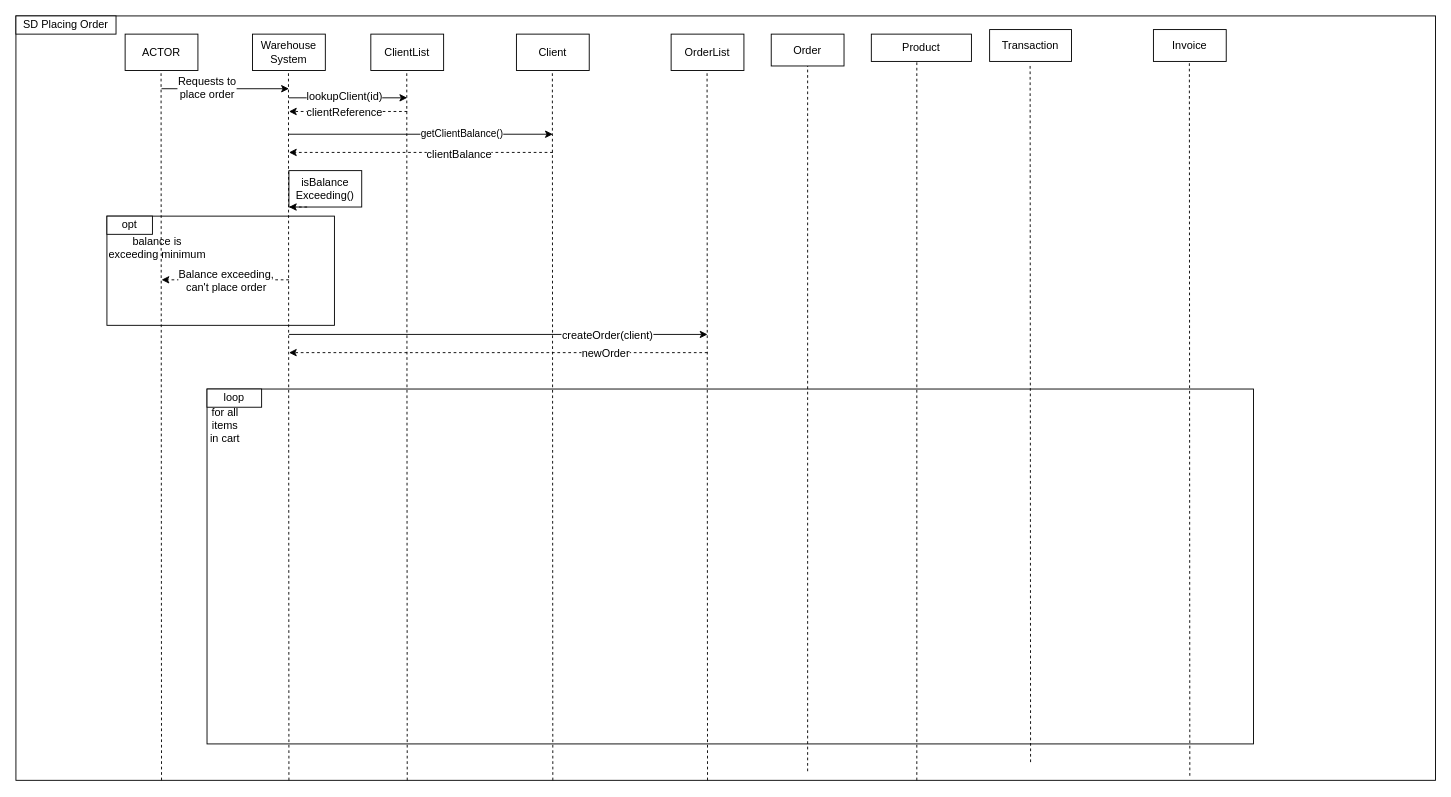
Before: Project_1/SequenceDiagrams/AcceptOrder.drawio in chrismd2/CSci-430-Group-11, a draw.io diagram. Source tidied: cells renumbered, new cells numbered last; positions are measured from the earlier drawing's top-left corner, leaving out a move shared by most shapes. Both pictures are drawn from the tidied source at 91%, with x=0, y=0 at pixel (15, 15).
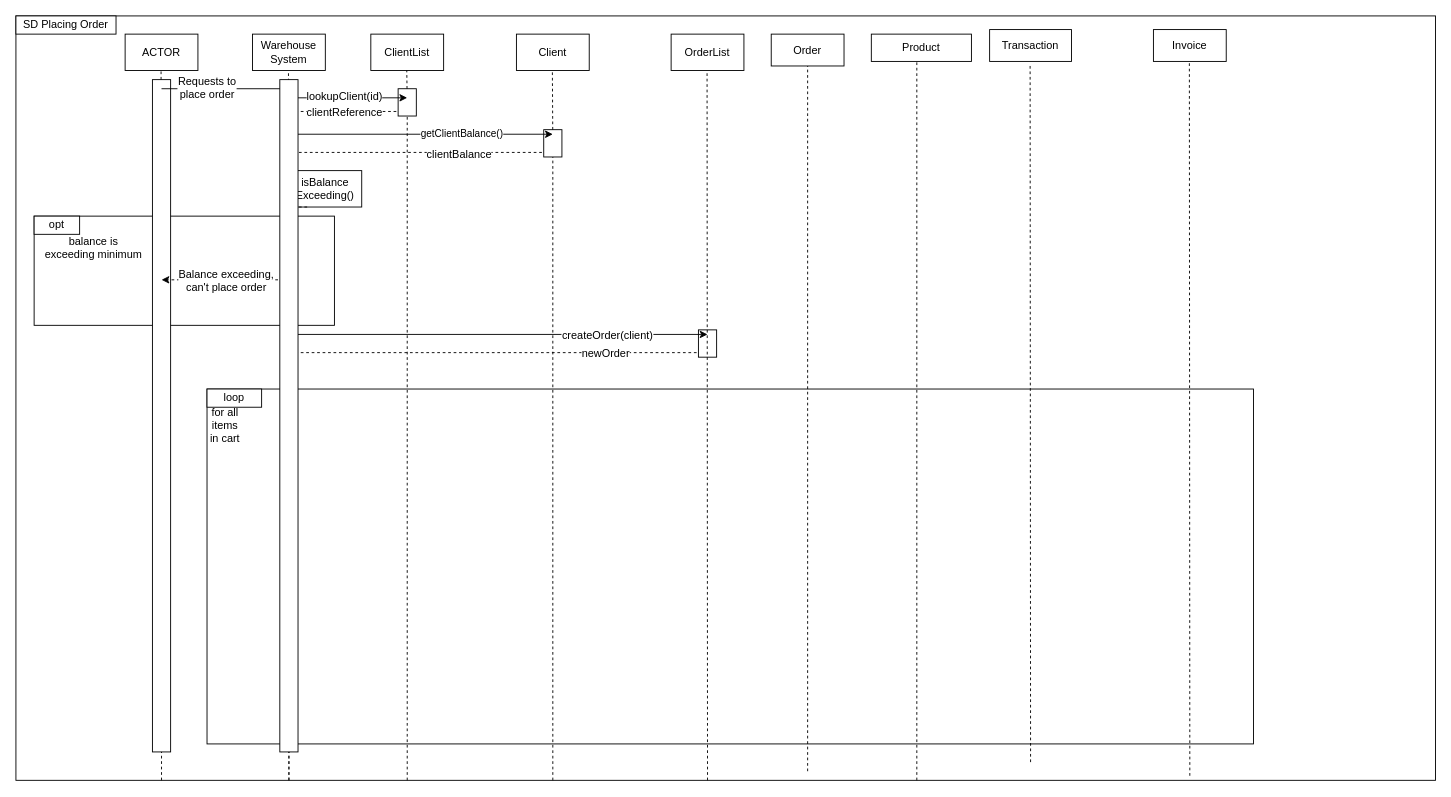
After the change.

Change to the diagram source:
```diff
@@
+    <mxCell id="41" style="endArrow=classic;html=1;dashed=1;" parent="1" edge="1">
+      <mxGeometry relative="1" as="geometry">
+        <mxPoint x="760" y="370" as="sourcePoint" />
+        <mxPoint x="300" y="370" as="targetPoint" />
+      </mxGeometry>
+    </mxCell>
+    <mxCell id="42" value="newOrder" style="text;html=1;align=center;verticalAlign=middle;labelBackgroundColor=#ffffff;" parent="41" vertex="1">
+      <mxGeometry x="-0.51" relative="1" as="geometry" />
+    </mxCell>
+    <mxCell id="45" style="rounded=0;whiteSpace=wrap;html=1;" parent="1" vertex="1">
+      <mxGeometry x="750" y="345" width="20" height="30" as="geometry" />
+    </mxCell>
+    <mxCell id="20" style="endArrow=classic;html=1;dashed=1;" parent="1" edge="1">
+      <mxGeometry relative="1" as="geometry">
+        <mxPoint x="590" y="150" as="sourcePoint" />
+        <mxPoint x="300" y="150" as="targetPoint" />
+      </mxGeometry>
+    </mxCell>
+    <mxCell id="21" value="clientBalance" style="text;html=1;align=center;verticalAlign=middle;labelBackgroundColor=#ffffff;" parent="20" vertex="1">
+      <mxGeometry x="-0.28" y="2" relative="1" as="geometry" />
+    </mxCell>
+    <mxCell id="46" style="rounded=0;whiteSpace=wrap;html=1;" parent="1" vertex="1">
+      <mxGeometry x="580" y="125" width="20" height="30" as="geometry" />
+    </mxCell>
+    <mxCell id="17" style="endArrow=classic;html=1;dashed=1;" parent="1" edge="1">
+      <mxGeometry relative="1" as="geometry">
+        <mxPoint x="430" y="105" as="sourcePoint" />
+        <mxPoint x="300" y="105" as="targetPoint" />
+      </mxGeometry>
+    </mxCell>
+    <mxCell id="18" value="clientReference" style="text;html=1;align=center;verticalAlign=middle;labelBackgroundColor=#ffffff;" parent="17" vertex="1">
+      <mxGeometry x="-0.4" y="1" relative="1" as="geometry">
+        <mxPoint x="-31" as="offset" />
+      </mxGeometry>
+    </mxCell>
+    <mxCell id="47" style="rounded=0;whiteSpace=wrap;html=1;" parent="1" vertex="1">
+      <mxGeometry x="420" y="80" width="20" height="30" as="geometry" />
+    </mxCell>
+    <mxCell id="24" style="rounded=0;whiteSpace=wrap;html=1;" parent="1" vertex="1">
+      <mxGeometry x="20" y="220" width="330" height="120" as="geometry" />
+    </mxCell>
+    <mxCell id="48" style="group;" parent="1" vertex="1">
+      <mxGeometry x="150" y="70" width="20" height="770" as="geometry" />
+    </mxCell>
+    <mxCell id="49" style="rounded=0;whiteSpace=wrap;html=1;" parent="48" vertex="1">
+      <mxGeometry width="20" height="738.8" as="geometry" />
+    </mxCell>
+    <mxCell id="50" style="endArrow=none;dashed=1;html=1;" parent="48" edge="1" target="49">
+      <mxGeometry relative="1" as="geometry">
+        <mxPoint x="10" y="770" as="sourcePoint" />
+      </mxGeometry>
+    </mxCell>
@@
-    <mxCell id="17" style="endArrow=classic;html=1;dashed=1;" parent="1" edge="1">
-      <mxGeometry relative="1" as="geometry">
-        <mxPoint x="430" y="105" as="sourcePoint" />
-        <mxPoint x="300" y="105" as="targetPoint" />
-      </mxGeometry>
-    </mxCell>
-    <mxCell id="18" value="clientReference" style="text;html=1;align=center;verticalAlign=middle;labelBackgroundColor=#ffffff;" parent="17" vertex="1">
-      <mxGeometry x="-0.4" y="1" relative="1" as="geometry">
-        <mxPoint x="-31" as="offset" />
-      </mxGeometry>
-    </mxCell>
@@
-    <mxCell id="20" style="endArrow=classic;html=1;dashed=1;" parent="1" edge="1">
-      <mxGeometry relative="1" as="geometry">
-        <mxPoint x="590" y="150" as="sourcePoint" />
-        <mxPoint x="300" y="150" as="targetPoint" />
-      </mxGeometry>
-    </mxCell>
-    <mxCell id="21" value="clientBalance" style="text;html=1;align=center;verticalAlign=middle;labelBackgroundColor=#ffffff;" parent="20" vertex="1">
-      <mxGeometry x="-0.28" y="2" relative="1" as="geometry" />
-    </mxCell>
@@
-    <mxCell id="24" style="rounded=0;whiteSpace=wrap;html=1;" parent="1" vertex="1">
-      <mxGeometry x="100" y="220" width="250" height="120" as="geometry" />
-    </mxCell>
     <mxCell id="25" value="opt" style="rounded=0;whiteSpace=wrap;html=1;" parent="1" vertex="1">
-      <mxGeometry x="100" y="220" width="50" height="20" as="geometry" />
+      <mxGeometry x="20" y="220" width="50" height="20" as="geometry" />
     </mxCell>
     <mxCell id="26" value="&lt;div&gt;balance is&lt;/div&gt;&lt;div&gt;exceeding minimum&lt;br&gt;&lt;/div&gt;" style="text;html=1;align=center;verticalAlign=middle;" parent="1" vertex="1">
-      <mxGeometry x="90" y="240" width="130" height="30" as="geometry" />
+      <mxGeometry x="20" y="240" width="130" height="30" as="geometry" />
     </mxCell>
-    <mxCell id="27" style="endArrow=none;dashed=1;html=1;" parent="1" edge="1">
+    <mxCell id="27" style="endArrow=none;dashed=1;html=1;" parent="1" edge="1" source="49">
       <mxGeometry relative="1" as="geometry">
-        <mxPoint x="160" y="840" as="sourcePoint" />
         <mxPoint x="159.5" y="60" as="targetPoint" />
       </mxGeometry>
     </mxCell>
@@
-    <mxCell id="32" style="endArrow=none;dashed=1;html=1;" parent="1" edge="1">
+    <mxCell id="32" style="endArrow=none;dashed=1;html=1;" parent="1" edge="1" source="47">
       <mxGeometry relative="1" as="geometry">
-        <mxPoint x="430" y="840" as="sourcePoint" />
         <mxPoint x="429.5" y="60" as="targetPoint" />
       </mxGeometry>
     </mxCell>
-    <mxCell id="33" style="endArrow=none;dashed=1;html=1;" parent="1" edge="1">
+    <mxCell id="33" style="endArrow=none;dashed=1;html=1;" parent="1" edge="1" source="46">
       <mxGeometry relative="1" as="geometry">
-        <mxPoint x="590" y="840" as="sourcePoint" />
         <mxPoint x="589.5" y="60" as="targetPoint" />
       </mxGeometry>
     </mxCell>
@@
-    <mxCell id="41" style="endArrow=classic;html=1;dashed=1;" parent="1" edge="1">
-      <mxGeometry relative="1" as="geometry">
-        <mxPoint x="760" y="370" as="sourcePoint" />
-        <mxPoint x="300" y="370" as="targetPoint" />
-      </mxGeometry>
-    </mxCell>
-    <mxCell id="42" value="newOrder" style="text;html=1;align=center;verticalAlign=middle;labelBackgroundColor=#ffffff;" parent="41" vertex="1">
-      <mxGeometry x="-0.51" relative="1" as="geometry" />
-    </mxCell>
@@
+    <mxCell id="51" style="group;" parent="1" vertex="1">
+      <mxGeometry x="290" y="70" width="20" height="770" as="geometry" />
+    </mxCell>
+    <mxCell id="52" style="rounded=0;whiteSpace=wrap;html=1;" parent="51" vertex="1">
+      <mxGeometry width="20" height="738.8" as="geometry" />
+    </mxCell>
+    <mxCell id="53" style="endArrow=none;dashed=1;html=1;" parent="51" edge="1" target="52">
+      <mxGeometry relative="1" as="geometry">
+        <mxPoint x="10" y="770" as="sourcePoint" />
+      </mxGeometry>
+    </mxCell>
+    <mxCell id="54" style="endArrow=none;dashed=1;html=1;" parent="1" edge="1" target="47">
+      <mxGeometry relative="1" as="geometry">
+        <mxPoint x="430" y="840" as="sourcePoint" />
+      </mxGeometry>
+    </mxCell>
+    <mxCell id="55" style="endArrow=none;dashed=1;html=1;" parent="1" edge="1" target="46">
+      <mxGeometry relative="1" as="geometry">
+        <mxPoint x="590" y="840" as="sourcePoint" />
+      </mxGeometry>
+    </mxCell>
```
